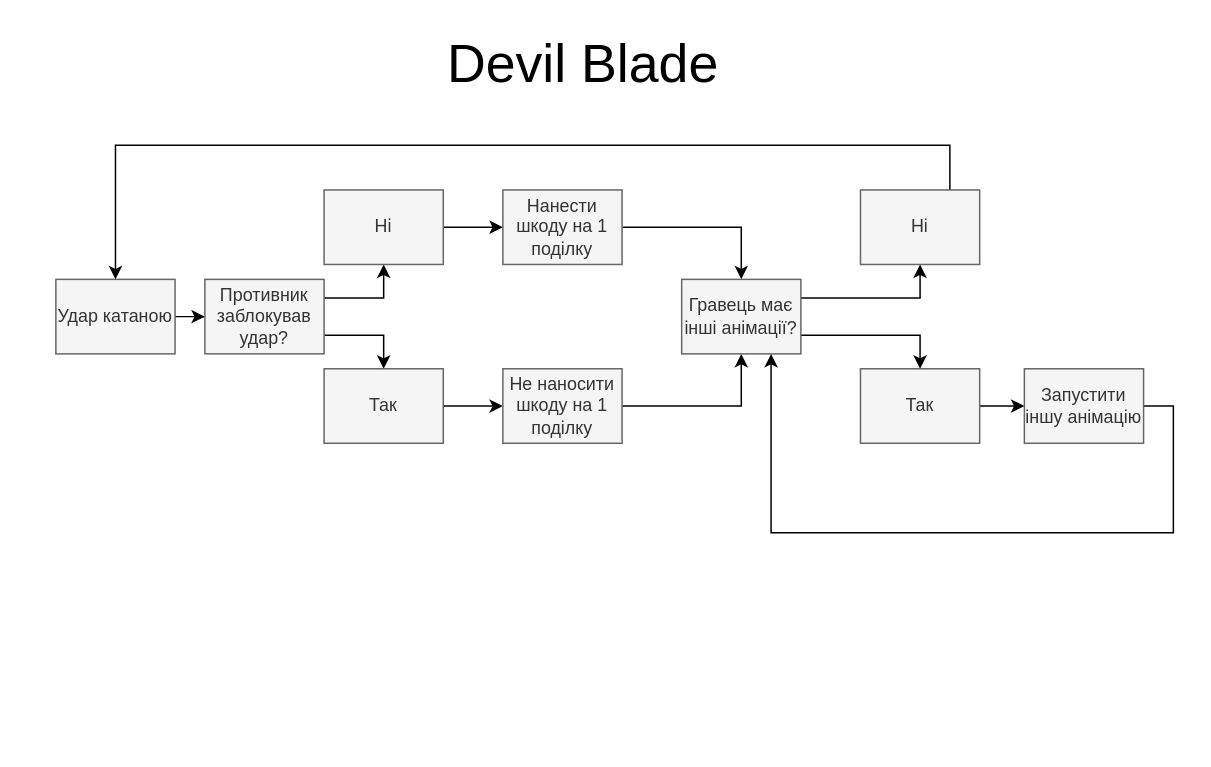
Endi00710/Devil_Blade_Documents keeps this draw.io diagram as Documents/Діаграма без назви.drawio. Above is the earlier version. Source tidied: cells renumbered, new cells numbered last; positions are measured from the earlier drawing's top-left corner, leaving out a move shared by most shapes. Both pictures are drawn from the tidied source at 149%, with x=0, y=0 at pixel (55, 25).
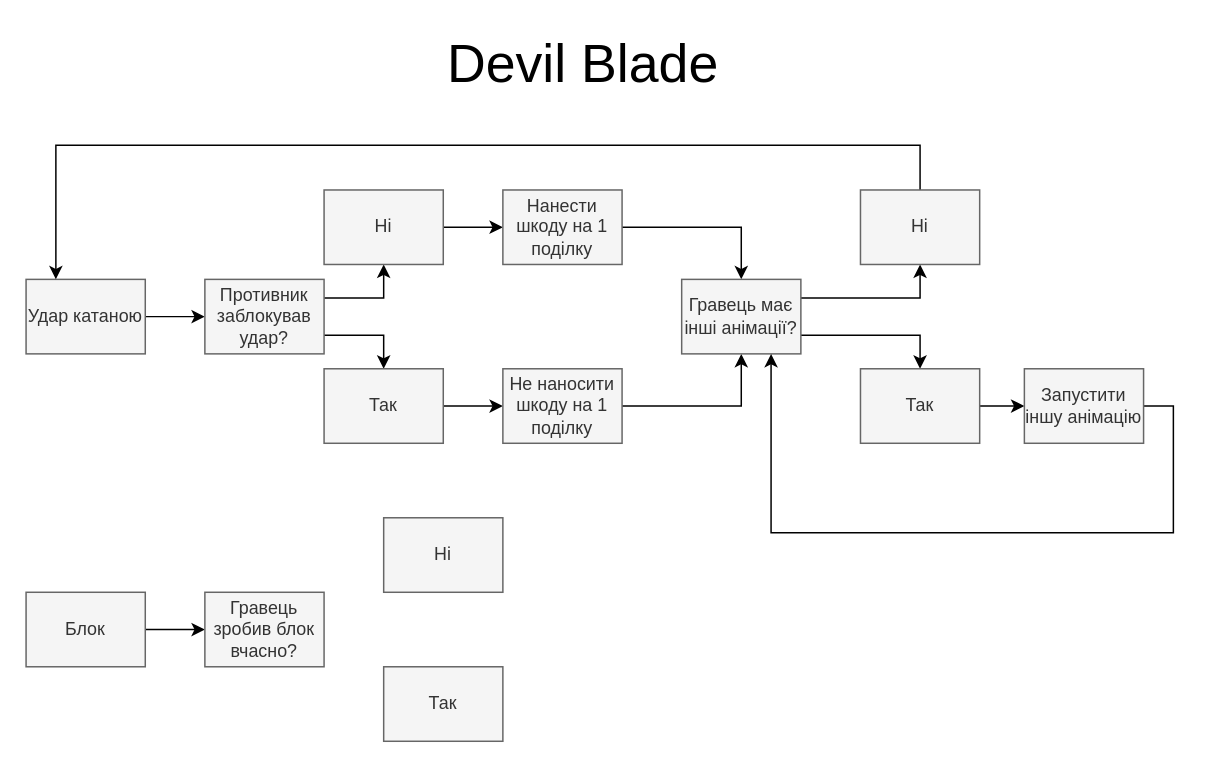
After the change.

Unchanged cells that the change refers to:
```xml
<mxCell id="20" value="Ні" style="text;html=1;strokeColor=#666666;fillColor=#f5f5f5;align=center;verticalAlign=middle;whiteSpace=wrap;rounded=0;fontColor=#333333;" parent="1" vertex="1">
  <mxGeometry x="540" y="110" width="80" height="50" as="geometry" />
</mxCell>
```

Diff of the diagram source:
```diff
@@
     <mxCell id="4" value="Удар катаною" style="text;html=1;strokeColor=#666666;fillColor=#f5f5f5;align=center;verticalAlign=middle;whiteSpace=wrap;rounded=0;fontColor=#333333;" parent="1" vertex="1">
-      <mxGeometry y="170" width="80" height="50" as="geometry" />
+      <mxGeometry x="-20" y="170" width="80" height="50" as="geometry" />
     </mxCell>
@@
-    <mxCell id="19" style="edgeStyle=orthogonalEdgeStyle;rounded=0;jettySize=auto;html=1;exitX=1;exitY=0.5;exitDx=0;exitDy=0;entryX=0.5;entryY=0;entryDx=0;entryDy=0;" parent="1" edge="1" source="20" target="4">
+    <mxCell id="19" style="edgeStyle=orthogonalEdgeStyle;rounded=0;orthogonalLoop=1;jettySize=auto;html=1;exitX=1;exitY=0.5;exitDx=0;exitDy=0;entryX=0.5;entryY=0;entryDx=0;entryDy=0;" parent="1" edge="1">
       <mxGeometry relative="1" as="geometry">
+        <mxPoint x="600" y="135" as="sourcePoint" />
+        <mxPoint y="170" as="targetPoint" />
         <Array as="points">
-          <mxPoint x="600" y="135" />
-          <mxPoint x="600" y="80" />
-          <mxPoint x="40" y="80" />
+          <mxPoint x="580" y="135" />
+          <mxPoint x="580" y="80" />
+          <mxPoint y="80" />
         </Array>
       </mxGeometry>
     </mxCell>
@@
+    <mxCell id="25" style="edgeStyle=orthogonalEdgeStyle;rounded=0;jettySize=auto;html=1;" parent="1" edge="1" source="26" target="28">
+      <mxGeometry relative="1" as="geometry" />
+    </mxCell>
+    <mxCell id="26" value="Блок" style="text;html=1;strokeColor=#666666;fillColor=#f5f5f5;align=center;verticalAlign=middle;whiteSpace=wrap;rounded=0;fontColor=#333333;" parent="1" vertex="1">
+      <mxGeometry x="-20" y="380" width="80" height="50" as="geometry" />
+    </mxCell>
+    <mxCell id="27" value="Ні" style="text;html=1;strokeColor=#666666;fillColor=#f5f5f5;align=center;verticalAlign=middle;whiteSpace=wrap;rounded=0;fontColor=#333333;" parent="1" vertex="1">
+      <mxGeometry x="220" y="330" width="80" height="50" as="geometry" />
+    </mxCell>
+    <mxCell id="28" value="Гравець зробив блок вчасно? " style="text;html=1;strokeColor=#666666;fillColor=#f5f5f5;align=center;verticalAlign=middle;whiteSpace=wrap;rounded=0;fontColor=#333333;" parent="1" vertex="1">
+      <mxGeometry x="100" y="380" width="80" height="50" as="geometry" />
+    </mxCell>
+    <mxCell id="29" value="Так" style="text;html=1;strokeColor=#666666;fillColor=#f5f5f5;align=center;verticalAlign=middle;whiteSpace=wrap;rounded=0;fontColor=#333333;" parent="1" vertex="1">
+      <mxGeometry x="220" y="430" width="80" height="50" as="geometry" />
+    </mxCell>
```
